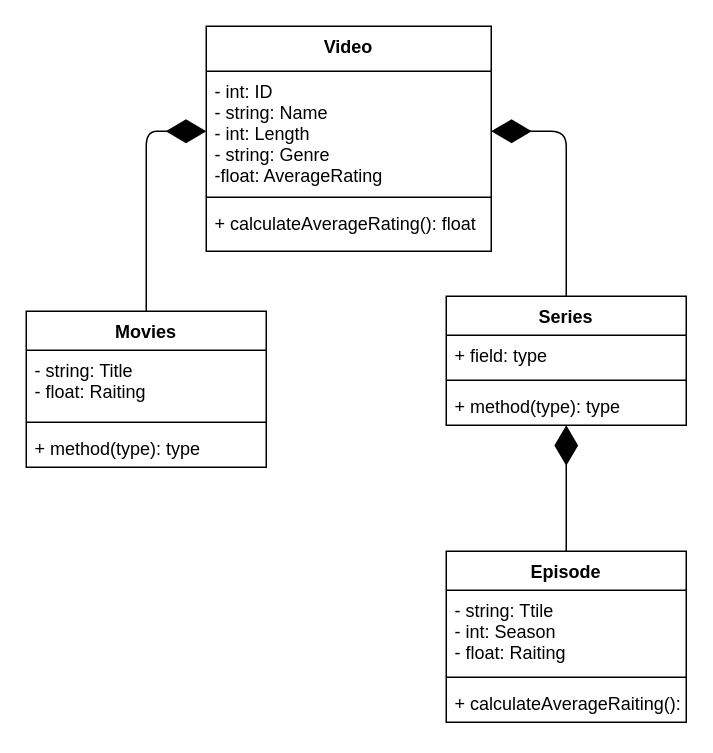
A01801003/Clase-CPP keeps this draw.io diagram as TC1030 OPP/UML.drawio. Above is the earlier version. Source tidied: cells renumbered, new cells numbered last; positions are measured from the earlier drawing's top-left corner, leaving out a move shared by most shapes. Both pictures are drawn from the tidied source at 150%, with x=0, y=0 at pixel (26, 26).
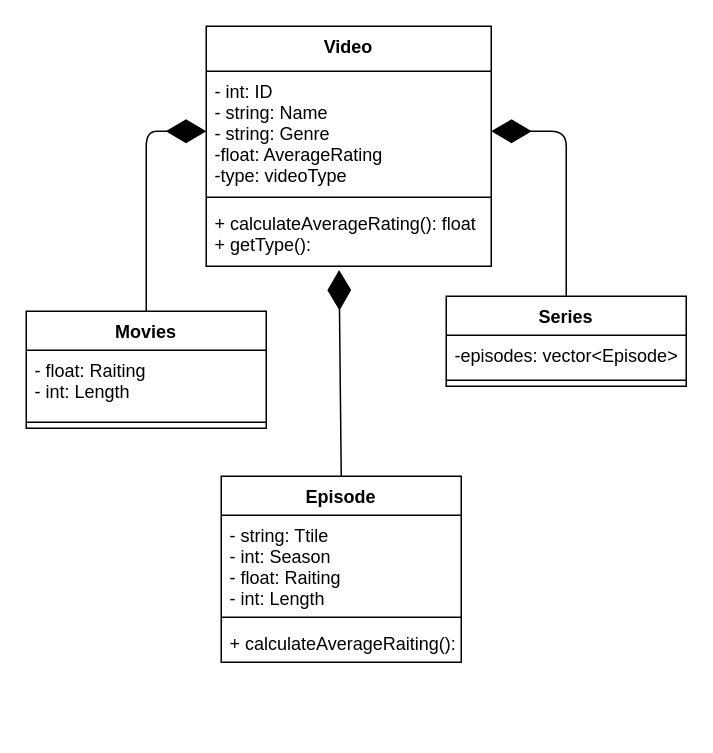
The same diagram, later.

The edit, as a diff of the source:
```diff
@@
     <mxCell id="2" value="Video" style="swimlane;fontStyle=1;align=center;verticalAlign=top;horizontal=1;startSize=30;" parent="1" vertex="1">
-      <mxGeometry x="120" width="190" height="150" as="geometry" />
+      <mxGeometry x="120" width="190" height="160" as="geometry" />
     </mxCell>
-    <mxCell id="3" value="- int: ID &#10;- string: Name &#10;- int: Length&#10;- string: Genre&#10;-float: AverageRating&#10;" style="text;strokeColor=none;fillColor=none;align=left;verticalAlign=top;spacingLeft=4;spacingRight=4;overflow=hidden;points=[[0,0.5],[1,0.5]];portConstraint=eastwest;" parent="2" vertex="1">
+    <mxCell id="3" value="- int: ID &#10;- string: Name &#10;- string: Genre&#10;-float: AverageRating&#10;-type: videoType&#10;" style="text;strokeColor=none;fillColor=none;align=left;verticalAlign=top;spacingLeft=4;spacingRight=4;overflow=hidden;points=[[0,0.5],[1,0.5]];portConstraint=eastwest;" parent="2" vertex="1">
       <mxGeometry y="30" width="190" height="80" as="geometry" />
     </mxCell>
@@
-    <mxCell id="5" value="+ calculateAverageRating(): float" style="text;strokeColor=none;fillColor=none;align=left;verticalAlign=top;spacingLeft=4;spacingRight=4;overflow=hidden;points=[[0,0.5],[1,0.5]];portConstraint=eastwest;" parent="2" vertex="1">
-      <mxGeometry y="118" width="190" height="32" as="geometry" />
+    <mxCell id="5" value="+ calculateAverageRating(): float&#10;+ getType(): " style="text;strokeColor=none;fillColor=none;align=left;verticalAlign=top;spacingLeft=4;spacingRight=4;overflow=hidden;points=[[0,0.5],[1,0.5]];portConstraint=eastwest;" parent="2" vertex="1">
+      <mxGeometry y="118" width="190" height="42" as="geometry" />
     </mxCell>
-    <mxCell id="6" style="endArrow=diamondThin;endFill=1;endSize=24;html=1;exitX=0.5;exitY=0;exitDx=0;exitDy=0;" parent="1" edge="1" source="11" target="18">
+    <mxCell id="6" style="endArrow=diamondThin;endFill=1;endSize=24;html=1;exitX=0.5;exitY=0;exitDx=0;exitDy=0;entryX=0.466;entryY=1.059;entryDx=0;entryDy=0;entryPerimeter=0;" parent="1" edge="1" source="11" target="5">
       <mxGeometry relative="1" as="geometry" />
     </mxCell>
     <mxCell id="7" value="Movies" style="swimlane;fontStyle=1;align=center;verticalAlign=top;horizontal=1;startSize=26;whiteSpace=wrap;" parent="1" vertex="1">
-      <mxGeometry y="190" width="160" height="104" as="geometry" />
+      <mxGeometry y="190" width="160" height="78" as="geometry" />
     </mxCell>
-    <mxCell id="8" value="- string: Title&#10;- float: Raiting" style="text;strokeColor=none;fillColor=none;align=left;verticalAlign=top;spacingLeft=4;spacingRight=4;overflow=hidden;" parent="7" vertex="1">
+    <mxCell id="8" value="- float: Raiting&#10;- int: Length" style="text;strokeColor=none;fillColor=none;align=left;verticalAlign=top;spacingLeft=4;spacingRight=4;overflow=hidden;" parent="7" vertex="1">
       <mxGeometry y="26" width="160" height="44" as="geometry" />
     </mxCell>
@@
-    <mxCell id="10" value="+ method(type): type" style="text;strokeColor=none;fillColor=none;align=left;verticalAlign=top;spacingLeft=4;spacingRight=4;overflow=hidden;" parent="7" vertex="1">
-      <mxGeometry y="78" width="160" height="26" as="geometry" />
-    </mxCell>
     <mxCell id="11" value="Episode" style="swimlane;fontStyle=1;align=center;verticalAlign=top;horizontal=1;startSize=26;" parent="1" vertex="1">
-      <mxGeometry x="280" y="350" width="160" height="114" as="geometry" />
+      <mxGeometry x="130" y="300" width="160" height="124" as="geometry" />
     </mxCell>
-    <mxCell id="12" value="- string: Ttile &#10;- int: Season&#10;- float: Raiting " style="text;strokeColor=none;fillColor=none;align=left;verticalAlign=top;spacingLeft=4;spacingRight=4;overflow=hidden;" parent="11" vertex="1">
-      <mxGeometry y="26" width="160" height="54" as="geometry" />
+    <mxCell id="12" value="- string: Ttile &#10;- int: Season&#10;- float: Raiting&#10;- int: Length&#10; " style="text;strokeColor=none;fillColor=none;align=left;verticalAlign=top;spacingLeft=4;spacingRight=4;overflow=hidden;" parent="11" vertex="1">
+      <mxGeometry y="26" width="160" height="64" as="geometry" />
     </mxCell>
     <mxCell id="13" style="line;strokeWidth=1;fillColor=none;align=left;verticalAlign=middle;spacingTop=-1;spacingLeft=3;spacingRight=3;labelPosition=right;strokeColor=inherit;" parent="11" vertex="1">
-      <mxGeometry y="80" width="160" height="8" as="geometry" />
+      <mxGeometry y="90" width="160" height="8" as="geometry" />
     </mxCell>
     <mxCell id="14" value="+ calculateAverageRaiting():" style="text;strokeColor=none;fillColor=none;align=left;verticalAlign=top;spacingLeft=4;spacingRight=4;overflow=hidden;" parent="11" vertex="1">
-      <mxGeometry y="88" width="160" height="26" as="geometry" />
+      <mxGeometry y="98" width="160" height="26" as="geometry" />
     </mxCell>
     <mxCell id="15" value="Series" style="swimlane;fontStyle=1;align=center;verticalAlign=top;horizontal=1;startSize=26;" parent="1" vertex="1">
-      <mxGeometry x="280" y="180" width="160" height="86" as="geometry" />
+      <mxGeometry x="280" y="180" width="160" height="60" as="geometry" />
     </mxCell>
-    <mxCell id="16" value="+ field: type" style="text;strokeColor=none;fillColor=none;align=left;verticalAlign=top;spacingLeft=4;spacingRight=4;overflow=hidden;" parent="15" vertex="1">
+    <mxCell id="16" value="-episodes: vector&lt;Episode&gt;" style="text;strokeColor=none;fillColor=none;align=left;verticalAlign=top;spacingLeft=4;spacingRight=4;overflow=hidden;" parent="15" vertex="1">
       <mxGeometry y="26" width="160" height="26" as="geometry" />
     </mxCell>
@@
-    <mxCell id="18" value="+ method(type): type" style="text;strokeColor=none;fillColor=none;align=left;verticalAlign=top;spacingLeft=4;spacingRight=4;overflow=hidden;points=[[0,0.5],[1,0.5]];portConstraint=eastwest;" parent="15" vertex="1">
-      <mxGeometry y="60" width="160" height="26" as="geometry" />
-    </mxCell>
```
